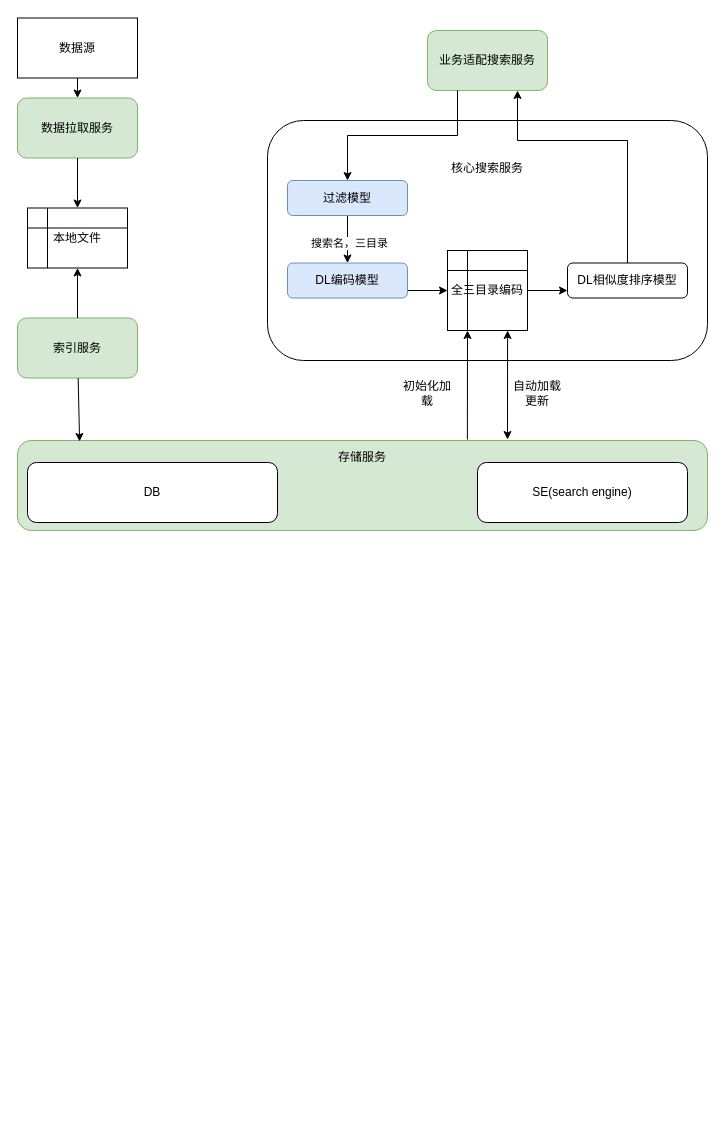
The draw.io diagram page "数据流向图" (2 of 5) of 对码架构.drawio in XiaoLiuAI/diagrams, before the edit. Source tidied: cells renumbered, new cells numbered last; positions are measured from the earlier drawing's top-left corner, leaving out a move shared by most shapes. Both pictures are drawn from the tidied source at 100%, with x=0, y=0 at pixel (17, 18).
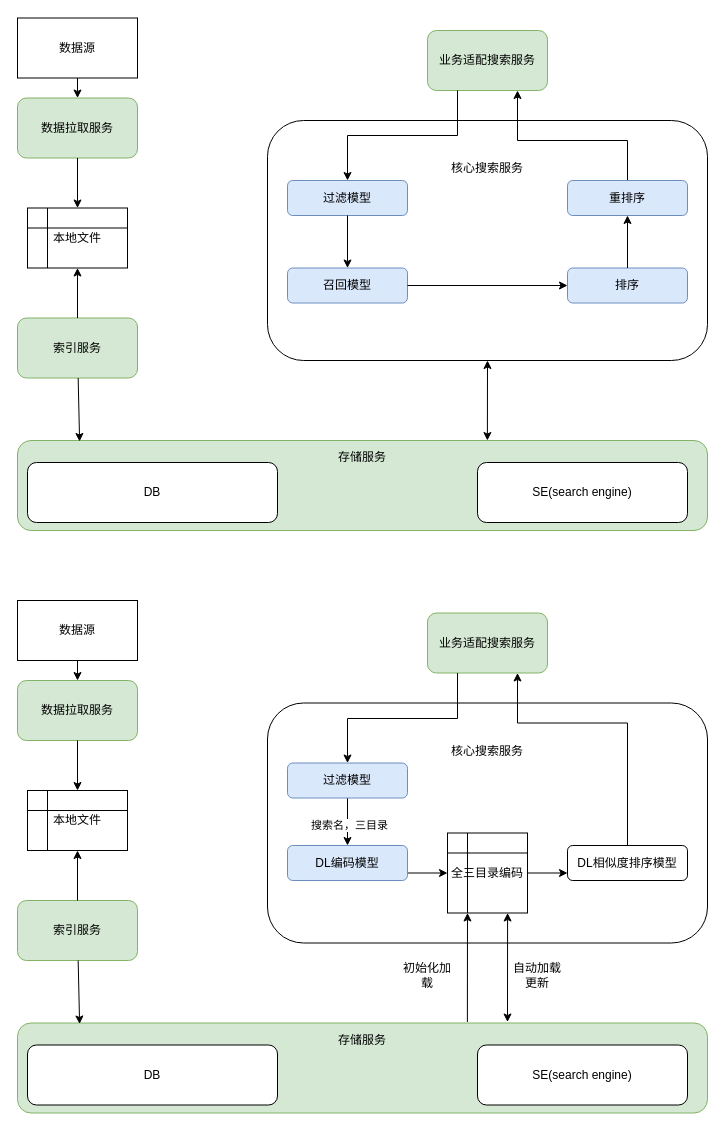
Above is the later version.

Unchanged cells that the change refers to:
```xml
<mxCell id="2" value="存储服务&lt;br&gt;&lt;br&gt;&lt;br&gt;&lt;br&gt;&lt;br&gt;" style="rounded=1;whiteSpace=wrap;html=1;fillColor=#d5e8d4;strokeColor=#82b366;" parent="1" vertex="1">
  <mxGeometry y="422" width="690" height="90" as="geometry" />
</mxCell>
<mxCell id="3" value="核心搜索服务&lt;br&gt;&lt;br&gt;&lt;br&gt;&lt;br&gt;&lt;br&gt;&lt;br&gt;&lt;br&gt;&lt;br&gt;&lt;br&gt;&lt;br&gt;&lt;br&gt;" style="rounded=1;whiteSpace=wrap;html=1;" parent="1" vertex="1">
  <mxGeometry x="250" y="102" width="440" height="240" as="geometry" />
</mxCell>
<mxCell id="9" value="业务适配搜索服务" style="rounded=1;whiteSpace=wrap;html=1;fillColor=#d5e8d4;strokeColor=#82b366;" parent="1" vertex="1">
  <mxGeometry x="410" y="12" width="120" height="60" as="geometry" />
</mxCell>
```

Change to the diagram source:
```diff
@@
-    <mxCell id="10" style="edgeStyle=elbowEdgeStyle;elbow=vertical;endArrow=classic;html=1;rounded=0;exitX=0.5;exitY=1;exitDx=0;exitDy=0;" parent="1" edge="1" source="15" target="20">
-      <mxGeometry relative="1" as="geometry" />
-    </mxCell>
-    <mxCell id="11" value="搜索名，三目录" style="edgeLabel;html=1;align=center;verticalAlign=middle;" parent="10" vertex="1">
-      <mxGeometry x="0.12" y="1" relative="1" as="geometry" />
-    </mxCell>
-    <mxCell id="12" style="endArrow=classic;html=1;rounded=0;exitX=1;exitY=0.5;exitDx=0;exitDy=0;entryX=0;entryY=0.5;entryDx=0;entryDy=0;" parent="1" edge="1" source="13">
-      <mxGeometry relative="1" as="geometry">
-        <mxPoint x="550" y="272" as="targetPoint" />
-      </mxGeometry>
-    </mxCell>
-    <mxCell id="13" value="全三目录编码" style="shape=internalStorage;whiteSpace=wrap;html=1;backgroundOutline=1;" parent="1" vertex="1">
-      <mxGeometry x="430" y="232" width="80" height="80" as="geometry" />
-    </mxCell>
-    <mxCell id="14" style="endArrow=classic;html=1;rounded=0;exitX=1;exitY=0.5;exitDx=0;exitDy=0;entryX=0;entryY=0.5;entryDx=0;entryDy=0;" parent="1" edge="1" target="13">
-      <mxGeometry relative="1" as="geometry">
-        <mxPoint x="390" y="272" as="sourcePoint" />
-      </mxGeometry>
-    </mxCell>
-    <mxCell id="15" value="过滤模型" style="rounded=1;whiteSpace=wrap;html=1;fillColor=#dae8fc;strokeColor=#6c8ebf;" parent="1" vertex="1">
-      <mxGeometry x="270" y="162" width="120" height="35" as="geometry" />
-    </mxCell>
@@
-    <mxCell id="19" style="edgeStyle=elbowEdgeStyle;elbow=vertical;endArrow=classic;html=1;rounded=0;exitX=0.25;exitY=1;exitDx=0;exitDy=0;entryX=0.5;entryY=0;entryDx=0;entryDy=0;" parent="1" edge="1" source="9" target="15">
-      <mxGeometry relative="1" as="geometry" />
+    <mxCell id="19" style="edgeStyle=elbowEdgeStyle;elbow=vertical;endArrow=classic;html=1;rounded=0;exitX=0.25;exitY=1;exitDx=0;exitDy=0;entryX=0.5;entryY=0;entryDx=0;entryDy=0;" parent="1" edge="1" source="9">
+      <mxGeometry relative="1" as="geometry">
+        <mxPoint x="330" y="162" as="targetPoint" />
+      </mxGeometry>
     </mxCell>
-    <mxCell id="20" value="DL编码模型" style="rounded=1;whiteSpace=wrap;html=1;fillColor=#dae8fc;strokeColor=#6c8ebf;" parent="1" vertex="1">
-      <mxGeometry x="270" y="244.5" width="120" height="35" as="geometry" />
-    </mxCell>
-    <mxCell id="21" value="DL相似度排序模型" style="rounded=1;whiteSpace=wrap;html=1;" parent="1" vertex="1">
-      <mxGeometry x="550" y="244.5" width="120" height="35" as="geometry" />
-    </mxCell>
-    <mxCell id="22" style="edgeStyle=elbowEdgeStyle;elbow=vertical;endArrow=classic;html=1;rounded=0;entryX=0.75;entryY=1;entryDx=0;entryDy=0;exitX=0.5;exitY=0;exitDx=0;exitDy=0;" parent="1" edge="1" source="21" target="9">
+    <mxCell id="22" style="edgeStyle=elbowEdgeStyle;elbow=vertical;endArrow=classic;html=1;rounded=0;entryX=0.75;entryY=1;entryDx=0;entryDy=0;exitX=0.5;exitY=0;exitDx=0;exitDy=0;" parent="1" edge="1" source="53" target="9">
       <mxGeometry relative="1" as="geometry">
         <Array as="points">
           <mxPoint x="560" y="122" />
         </Array>
       </mxGeometry>
     </mxCell>
@@
-    <mxCell id="25" style="endArrow=classic;html=1;rounded=0;entryX=0.25;entryY=1;entryDx=0;entryDy=0;exitX=0.652;exitY=-0.011;exitDx=0;exitDy=0;exitPerimeter=0;" parent="1" edge="1" source="2" target="13">
-      <mxGeometry relative="1" as="geometry" />
-    </mxCell>
+    <mxCell id="29" value="存储服务&lt;br&gt;&lt;br&gt;&lt;br&gt;&lt;br&gt;&lt;br&gt;" style="rounded=1;whiteSpace=wrap;html=1;fillColor=#d5e8d4;strokeColor=#82b366;" parent="1" vertex="1">
+      <mxGeometry y="1004.5" width="690" height="90" as="geometry" />
+    </mxCell>
+    <mxCell id="30" value="核心搜索服务&lt;br&gt;&lt;br&gt;&lt;br&gt;&lt;br&gt;&lt;br&gt;&lt;br&gt;&lt;br&gt;&lt;br&gt;&lt;br&gt;&lt;br&gt;&lt;br&gt;" style="rounded=1;whiteSpace=wrap;html=1;" parent="1" vertex="1">
+      <mxGeometry x="250" y="684.5" width="440" height="240" as="geometry" />
+    </mxCell>
+    <mxCell id="31" value="数据拉取服务" style="rounded=1;whiteSpace=wrap;html=1;fillColor=#d5e8d4;strokeColor=#82b366;" parent="1" vertex="1">
+      <mxGeometry y="662" width="120" height="60" as="geometry" />
+    </mxCell>
+    <mxCell id="32" style="endArrow=classic;html=1;rounded=0;exitX=0.5;exitY=1;exitDx=0;exitDy=0;" parent="1" edge="1" source="31" target="33">
+      <mxGeometry relative="1" as="geometry" />
+    </mxCell>
+    <mxCell id="33" value="本地文件" style="shape=internalStorage;whiteSpace=wrap;html=1;backgroundOutline=1;" parent="1" vertex="1">
+      <mxGeometry x="10" y="772" width="100" height="60" as="geometry" />
+    </mxCell>
+    <mxCell id="34" value="索引服务" style="rounded=1;whiteSpace=wrap;html=1;fillColor=#d5e8d4;strokeColor=#82b366;" parent="1" vertex="1">
+      <mxGeometry y="882" width="120" height="60" as="geometry" />
+    </mxCell>
+    <mxCell id="35" style="endArrow=classic;html=1;rounded=0;entryX=0.5;entryY=1;entryDx=0;entryDy=0;" parent="1" edge="1" source="34" target="33">
+      <mxGeometry relative="1" as="geometry" />
+    </mxCell>
+    <mxCell id="36" value="业务适配搜索服务" style="rounded=1;whiteSpace=wrap;html=1;fillColor=#d5e8d4;strokeColor=#82b366;" parent="1" vertex="1">
+      <mxGeometry x="410" y="594.5" width="120" height="60" as="geometry" />
+    </mxCell>
+    <mxCell id="37" style="edgeStyle=elbowEdgeStyle;elbow=vertical;endArrow=classic;html=1;rounded=0;exitX=0.5;exitY=1;exitDx=0;exitDy=0;" parent="1" edge="1" source="40" target="20">
+      <mxGeometry relative="1" as="geometry" />
+    </mxCell>
+    <mxCell id="11" value="搜索名，三目录" style="edgeLabel;html=1;align=center;verticalAlign=middle;" parent="37" vertex="1">
+      <mxGeometry x="0.12" y="1" relative="1" as="geometry" />
+    </mxCell>
+    <mxCell id="38" style="endArrow=classic;html=1;rounded=0;exitX=1;exitY=0.5;exitDx=0;exitDy=0;entryX=0;entryY=0.5;entryDx=0;entryDy=0;" parent="1" edge="1" source="13">
+      <mxGeometry relative="1" as="geometry">
+        <mxPoint x="550" y="854.5" as="targetPoint" />
+      </mxGeometry>
+    </mxCell>
+    <mxCell id="13" value="全三目录编码" style="shape=internalStorage;whiteSpace=wrap;html=1;backgroundOutline=1;" parent="1" vertex="1">
+      <mxGeometry x="430" y="814.5" width="80" height="80" as="geometry" />
+    </mxCell>
+    <mxCell id="39" style="endArrow=classic;html=1;rounded=0;exitX=1;exitY=0.5;exitDx=0;exitDy=0;entryX=0;entryY=0.5;entryDx=0;entryDy=0;" parent="1" edge="1" target="13">
+      <mxGeometry relative="1" as="geometry">
+        <mxPoint x="390" y="854.5" as="sourcePoint" />
+      </mxGeometry>
+    </mxCell>
+    <mxCell id="40" value="过滤模型" style="rounded=1;whiteSpace=wrap;html=1;fillColor=#dae8fc;strokeColor=#6c8ebf;" parent="1" vertex="1">
+      <mxGeometry x="270" y="744.5" width="120" height="35" as="geometry" />
+    </mxCell>
+    <mxCell id="41" value="DB" style="rounded=1;whiteSpace=wrap;html=1;" parent="1" vertex="1">
+      <mxGeometry x="10" y="1026.5" width="250" height="60" as="geometry" />
+    </mxCell>
+    <mxCell id="42" value="SE(search engine)" style="rounded=1;whiteSpace=wrap;html=1;" parent="1" vertex="1">
+      <mxGeometry x="460" y="1026.5" width="210" height="60" as="geometry" />
+    </mxCell>
+    <mxCell id="43" style="endArrow=classic;html=1;rounded=0;entryX=0.09;entryY=0.011;entryDx=0;entryDy=0;entryPerimeter=0;" parent="1" edge="1" source="34" target="29">
+      <mxGeometry relative="1" as="geometry" />
+    </mxCell>
+    <mxCell id="44" style="edgeStyle=elbowEdgeStyle;elbow=vertical;endArrow=classic;html=1;rounded=0;exitX=0.25;exitY=1;exitDx=0;exitDy=0;entryX=0.5;entryY=0;entryDx=0;entryDy=0;" parent="1" edge="1" source="36" target="40">
+      <mxGeometry relative="1" as="geometry" />
+    </mxCell>
+    <mxCell id="20" value="DL编码模型" style="rounded=1;whiteSpace=wrap;html=1;fillColor=#dae8fc;strokeColor=#6c8ebf;" parent="1" vertex="1">
+      <mxGeometry x="270" y="827" width="120" height="35" as="geometry" />
+    </mxCell>
+    <mxCell id="21" value="DL相似度排序模型" style="rounded=1;whiteSpace=wrap;html=1;" parent="1" vertex="1">
+      <mxGeometry x="550" y="827" width="120" height="35" as="geometry" />
+    </mxCell>
+    <mxCell id="45" style="edgeStyle=elbowEdgeStyle;elbow=vertical;endArrow=classic;html=1;rounded=0;entryX=0.75;entryY=1;entryDx=0;entryDy=0;exitX=0.5;exitY=0;exitDx=0;exitDy=0;" parent="1" edge="1" source="21" target="36">
+      <mxGeometry relative="1" as="geometry">
+        <Array as="points">
+          <mxPoint x="560" y="704.5" />
+        </Array>
+      </mxGeometry>
+    </mxCell>
+    <mxCell id="46" style="edgeStyle=orthogonalEdgeStyle;rounded=0;jettySize=auto;html=1;exitX=0.5;exitY=1;exitDx=0;exitDy=0;entryX=0.5;entryY=0;entryDx=0;entryDy=0;" parent="1" edge="1" source="47" target="31">
+      <mxGeometry relative="1" as="geometry" />
+    </mxCell>
+    <mxCell id="47" value="数据源" style="rounded=0;whiteSpace=wrap;html=1;" parent="1" vertex="1">
+      <mxGeometry y="582" width="120" height="60" as="geometry" />
+    </mxCell>
+    <mxCell id="48" style="endArrow=classic;html=1;rounded=0;entryX=0.25;entryY=1;entryDx=0;entryDy=0;exitX=0.652;exitY=-0.011;exitDx=0;exitDy=0;exitPerimeter=0;" parent="1" edge="1" source="29" target="13">
+      <mxGeometry relative="1" as="geometry" />
+    </mxCell>
     <mxCell id="26" value="初始化加载" style="text;html=1;strokeColor=none;fillColor=none;align=center;verticalAlign=middle;whiteSpace=wrap;rounded=0;" parent="1" vertex="1">
-      <mxGeometry x="380" y="359.5" width="60" height="30" as="geometry" />
+      <mxGeometry x="380" y="942" width="60" height="30" as="geometry" />
     </mxCell>
-    <mxCell id="27" style="endArrow=classic;html=1;rounded=0;entryX=0.25;entryY=1;entryDx=0;entryDy=0;exitX=0.652;exitY=-0.011;exitDx=0;exitDy=0;exitPerimeter=0;startArrow=classic;startFill=1;" parent="1" edge="1">
-      <mxGeometry relative="1" as="geometry">
-        <mxPoint x="490" y="421" as="sourcePoint" />
-        <mxPoint x="490.1" y="312" as="targetPoint" />
-      </mxGeometry>
-    </mxCell>
+    <mxCell id="49" style="endArrow=classic;html=1;rounded=0;entryX=0.25;entryY=1;entryDx=0;entryDy=0;exitX=0.652;exitY=-0.011;exitDx=0;exitDy=0;exitPerimeter=0;startArrow=classic;startFill=1;" parent="1" edge="1">
+      <mxGeometry relative="1" as="geometry">
+        <mxPoint x="490" y="1003.5" as="sourcePoint" />
+        <mxPoint x="490.1" y="894.5" as="targetPoint" />
+      </mxGeometry>
+    </mxCell>
     <mxCell id="28" value="自动加载更新" style="text;html=1;strokeColor=none;fillColor=none;align=center;verticalAlign=middle;whiteSpace=wrap;rounded=0;" parent="1" vertex="1">
-      <mxGeometry x="490" y="359.5" width="60" height="30" as="geometry" />
+      <mxGeometry x="490" y="942" width="60" height="30" as="geometry" />
     </mxCell>
+    <mxCell id="15" value="过滤模型" style="rounded=1;whiteSpace=wrap;html=1;fillColor=#dae8fc;strokeColor=#6c8ebf;" parent="1" vertex="1">
+      <mxGeometry x="270" y="162" width="120" height="35" as="geometry" />
+    </mxCell>
+    <mxCell id="50" value="召回模型" style="rounded=1;whiteSpace=wrap;html=1;fillColor=#dae8fc;strokeColor=#6c8ebf;" parent="1" vertex="1">
+      <mxGeometry x="270" y="249.5" width="120" height="35" as="geometry" />
+    </mxCell>
+    <mxCell id="51" style="endArrow=classic;html=1;rounded=0;exitX=0.5;exitY=1;exitDx=0;exitDy=0;entryX=0.5;entryY=0;entryDx=0;entryDy=0;" parent="1" edge="1" source="15" target="50">
+      <mxGeometry relative="1" as="geometry" />
+    </mxCell>
+    <mxCell id="52" value="排序" style="rounded=1;whiteSpace=wrap;html=1;fillColor=#dae8fc;strokeColor=#6c8ebf;" parent="1" vertex="1">
+      <mxGeometry x="550" y="249.5" width="120" height="35" as="geometry" />
+    </mxCell>
+    <mxCell id="53" value="重排序" style="rounded=1;whiteSpace=wrap;html=1;fillColor=#dae8fc;strokeColor=#6c8ebf;" parent="1" vertex="1">
+      <mxGeometry x="550" y="162" width="120" height="35" as="geometry" />
+    </mxCell>
+    <mxCell id="54" style="endArrow=classic;html=1;rounded=0;entryX=0.5;entryY=1;entryDx=0;entryDy=0;" parent="1" edge="1" source="52" target="53">
+      <mxGeometry relative="1" as="geometry" />
+    </mxCell>
+    <mxCell id="55" style="endArrow=classic;html=1;rounded=0;exitX=1;exitY=0.5;exitDx=0;exitDy=0;entryX=0;entryY=0.5;entryDx=0;entryDy=0;" parent="1" edge="1" source="50" target="52">
+      <mxGeometry relative="1" as="geometry" />
+    </mxCell>
+    <mxCell id="56" style="endArrow=classic;html=1;rounded=0;entryX=0.5;entryY=1;entryDx=0;entryDy=0;exitX=0.681;exitY=0;exitDx=0;exitDy=0;exitPerimeter=0;startArrow=classic;startFill=1;" parent="1" edge="1" source="2" target="3">
+      <mxGeometry relative="1" as="geometry" />
+    </mxCell>
```
